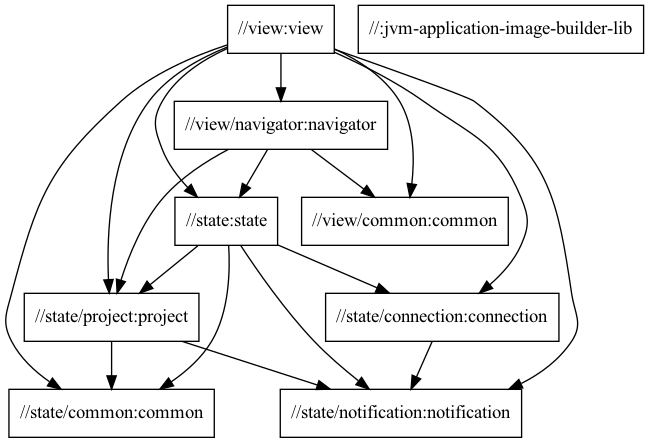
This is docs/package-structure.png from typedb/typedb-studio, a Graphviz export, as it was before one commit. Its source is kept beside it as docs/package-structure.dot.
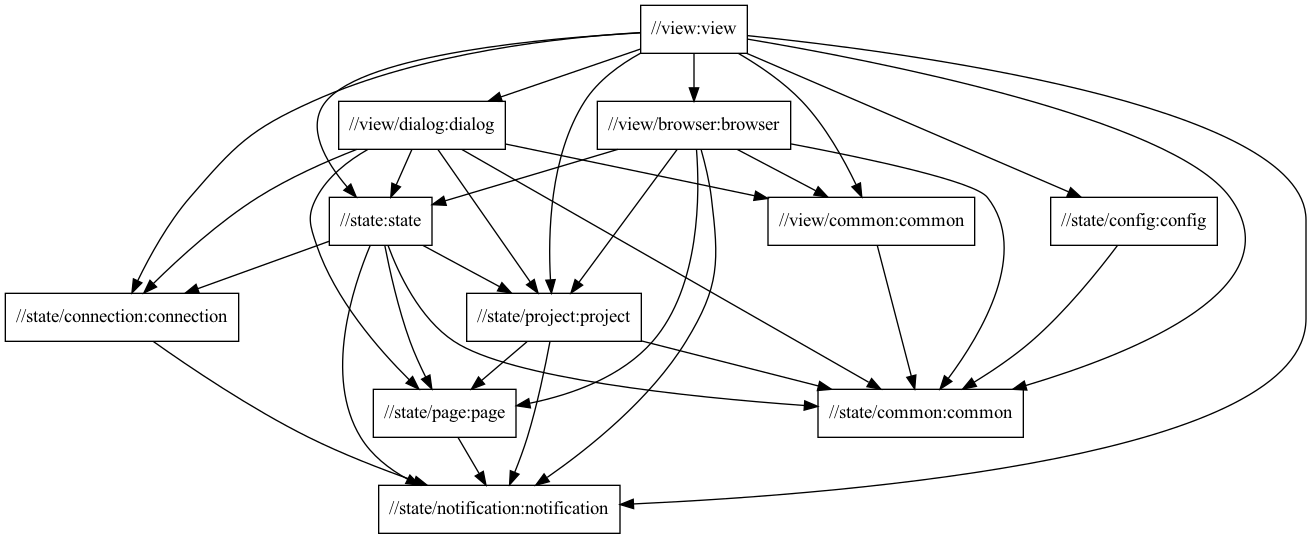
The same file after the commit.

Commit message:
Renamed Navigator to Browser

Change to the diagram source:
```diff
@@ -1,29 +1,47 @@
 digraph mygraph {
   node [shape=box];
   "//view:view"
-  "//view:view" -> "//state/project:project"
-  "//view:view" -> "//view/navigator:navigator"
+  "//view:view" -> "//view/dialog:dialog"
   "//view:view" -> "//view/common:common"
+  "//view:view" -> "//view/browser:browser"
   "//view:view" -> "//state:state"
   "//view:view" -> "//state/common:common"
+  "//view:view" -> "//state/config:config"
   "//view:view" -> "//state/connection:connection"
   "//view:view" -> "//state/notification:notification"
-  "//view/navigator:navigator"
-  "//view/navigator:navigator" -> "//state:state"
-  "//view/navigator:navigator" -> "//state/project:project"
-  "//view/navigator:navigator" -> "//view/common:common"
+  "//view:view" -> "//state/project:project"
+  "//view/browser:browser"
+  "//view/browser:browser" -> "//state:state"
+  "//view/browser:browser" -> "//state/common:common"
+  "//view/browser:browser" -> "//state/notification:notification"
+  "//view/browser:browser" -> "//state/page:page"
+  "//view/browser:browser" -> "//state/project:project"
+  "//view/browser:browser" -> "//view/common:common"
+  "//view/dialog:dialog"
+  "//view/dialog:dialog" -> "//state:state"
+  "//view/dialog:dialog" -> "//state/common:common"
+  "//view/dialog:dialog" -> "//state/connection:connection"
+  "//view/dialog:dialog" -> "//state/page:page"
+  "//view/dialog:dialog" -> "//state/project:project"
+  "//view/dialog:dialog" -> "//view/common:common"
   "//state:state"
   "//state:state" -> "//state/common:common"
   "//state:state" -> "//state/connection:connection"
   "//state:state" -> "//state/notification:notification"
+  "//state:state" -> "//state/page:page"
   "//state:state" -> "//state/project:project"
   "//state/project:project"
   "//state/project:project" -> "//state/common:common"
   "//state/project:project" -> "//state/notification:notification"
+  "//state/project:project" -> "//state/page:page"
+  "//state/config:config"
+  "//state/config:config" -> "//state/common:common"
+  "//view/common:common"
+  "//view/common:common" -> "//state/common:common"
   "//state/common:common"
   "//state/connection:connection"
   "//state/connection:connection" -> "//state/notification:notification"
+  "//state/page:page"
+  "//state/page:page" -> "//state/notification:notification"
   "//state/notification:notification"
-  "//view/common:common"
-  "//:jvm-application-image-builder-lib"
 }
```
